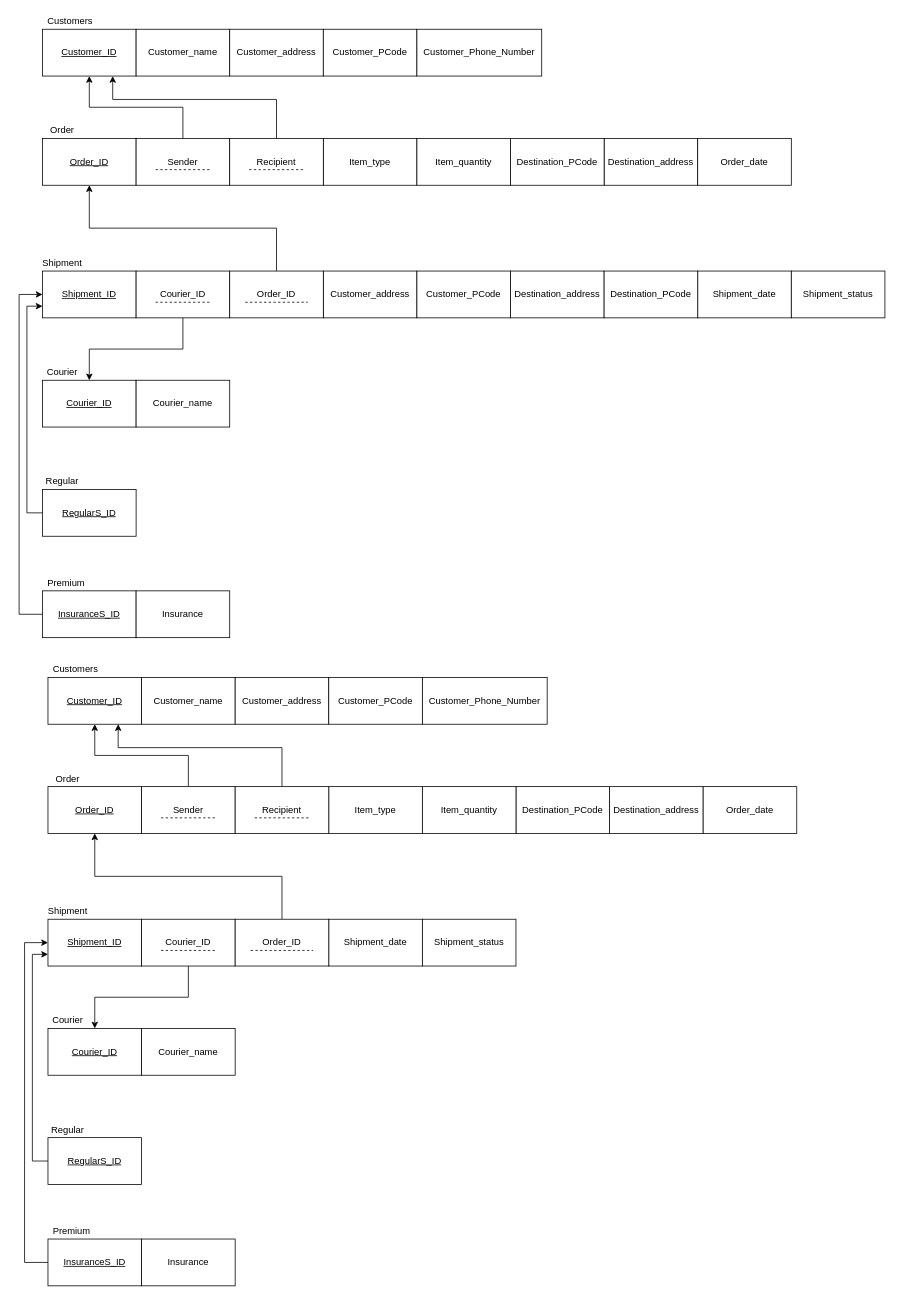
The draw.io diagram page "Normalization" (3 of 3) of ERD/ERD_RT_Norm.drawio in jeki-z/dripship, before the edit. Source tidied: cells renumbered, new cells numbered last; positions are measured from the earlier drawing's top-left corner, leaving out a move shared by most shapes. Both pictures are drawn from the tidied source at 78%, with x=0, y=0 at pixel (19, 13).
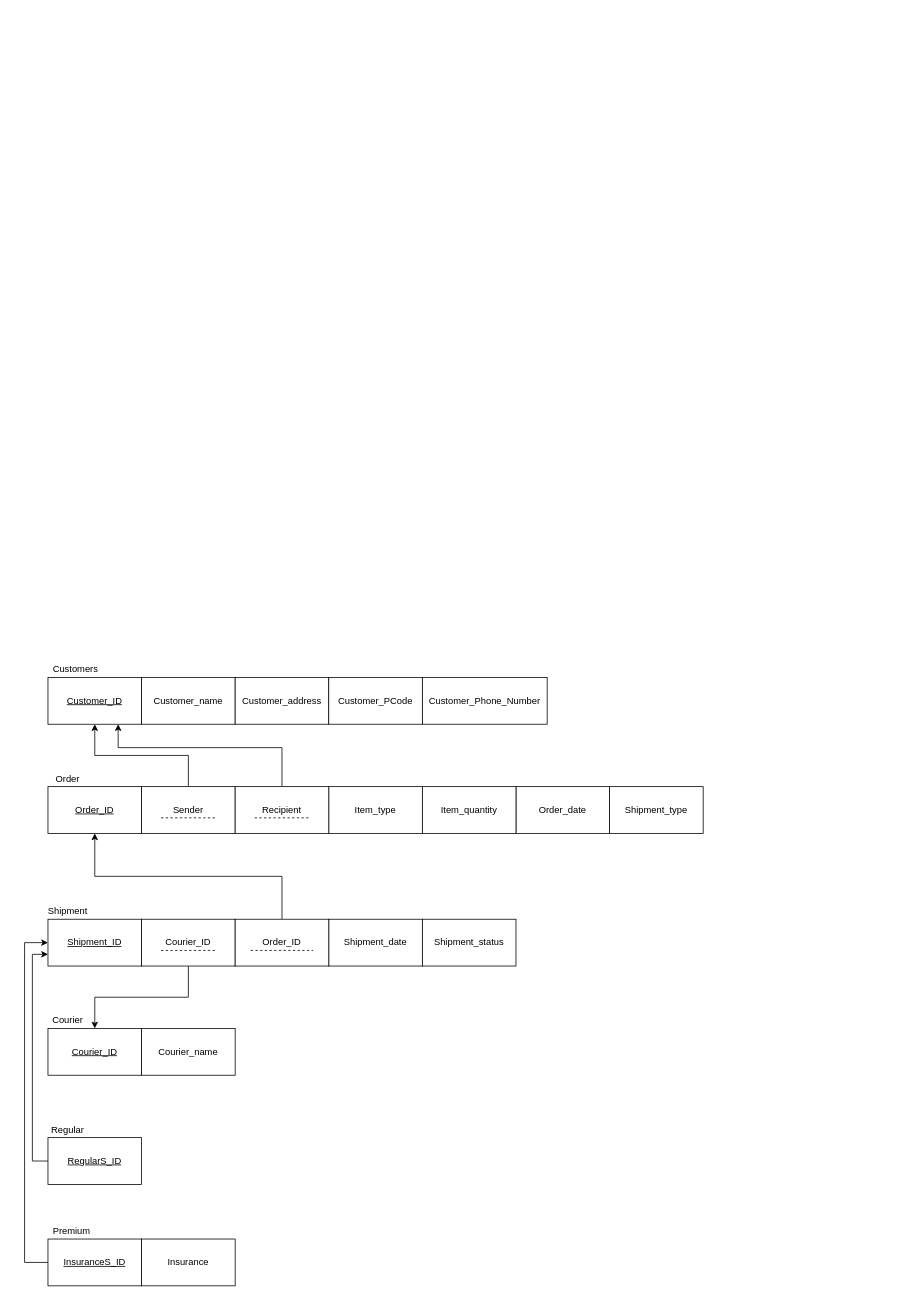
The same diagram, later.

What changed in the source:
```diff
@@
-    <mxCell id="2" value="&lt;u&gt;Customer_ID&lt;/u&gt;" style="rounded=0;whiteSpace=wrap;html=1;" parent="1" vertex="1">
-      <mxGeometry x="30" y="20" width="120" height="60" as="geometry" />
-    </mxCell>
-    <mxCell id="3" value="Customer_name" style="rounded=0;whiteSpace=wrap;html=1;" parent="1" vertex="1">
-      <mxGeometry x="150" y="20" width="120" height="60" as="geometry" />
-    </mxCell>
-    <mxCell id="4" value="Customer_address" style="rounded=0;whiteSpace=wrap;html=1;" parent="1" vertex="1">
-      <mxGeometry x="270" y="20" width="120" height="60" as="geometry" />
-    </mxCell>
-    <mxCell id="5" value="Customers" style="text;html=1;align=center;verticalAlign=middle;strokeColor=none;fillColor=none;" parent="1" vertex="1">
-      <mxGeometry x="30" width="70" height="20" as="geometry" />
-    </mxCell>
-    <mxCell id="6" value="Customer_PCode" style="rounded=0;whiteSpace=wrap;html=1;" parent="1" vertex="1">
-      <mxGeometry x="390" y="20" width="120" height="60" as="geometry" />
-    </mxCell>
-    <mxCell id="7" value="Order" style="text;html=1;align=center;verticalAlign=middle;strokeColor=none;fillColor=none;" parent="1" vertex="1">
-      <mxGeometry x="30" y="140" width="50" height="20" as="geometry" />
-    </mxCell>
-    <mxCell id="8" value="&lt;u&gt;Order_ID&lt;/u&gt;" style="rounded=0;whiteSpace=wrap;html=1;" parent="1" vertex="1">
-      <mxGeometry x="30" y="160" width="120" height="60" as="geometry" />
-    </mxCell>
-    <mxCell id="9" value="Destination_address" style="rounded=0;whiteSpace=wrap;html=1;" parent="1" vertex="1">
-      <mxGeometry x="750" y="160" width="120" height="60" as="geometry" />
-    </mxCell>
-    <mxCell id="10" value="Item_type" style="rounded=0;whiteSpace=wrap;html=1;" parent="1" vertex="1">
-      <mxGeometry x="390" y="160" width="120" height="60" as="geometry" />
-    </mxCell>
-    <mxCell id="11" style="edgeStyle=orthogonalEdgeStyle;rounded=0;jettySize=auto;html=1;exitX=0.5;exitY=0;exitDx=0;exitDy=0;entryX=0.5;entryY=1;entryDx=0;entryDy=0;" parent="1" edge="1" source="12" target="2">
-      <mxGeometry relative="1" as="geometry" />
-    </mxCell>
-    <mxCell id="12" value="Sender" style="rounded=0;whiteSpace=wrap;html=1;" parent="1" vertex="1">
-      <mxGeometry x="150" y="160" width="120" height="60" as="geometry" />
-    </mxCell>
-    <mxCell id="13" value="Destination_PCode" style="rounded=0;whiteSpace=wrap;html=1;" parent="1" vertex="1">
-      <mxGeometry x="630" y="160" width="120" height="60" as="geometry" />
-    </mxCell>
-    <mxCell id="14" value="Order_date" style="rounded=0;whiteSpace=wrap;html=1;" parent="1" vertex="1">
-      <mxGeometry x="870" y="160" width="120" height="60" as="geometry" />
-    </mxCell>
-    <mxCell id="15" style="edgeStyle=orthogonalEdgeStyle;rounded=0;jettySize=auto;html=1;exitX=0.5;exitY=0;exitDx=0;exitDy=0;entryX=0.75;entryY=1;entryDx=0;entryDy=0;" parent="1" edge="1" source="16" target="2">
-      <mxGeometry relative="1" as="geometry">
-        <Array as="points">
-          <mxPoint x="330" y="110" />
-          <mxPoint x="120" y="110" />
-        </Array>
-      </mxGeometry>
-    </mxCell>
-    <mxCell id="16" value="Recipient" style="rounded=0;whiteSpace=wrap;html=1;" parent="1" vertex="1">
-      <mxGeometry x="270" y="160" width="120" height="60" as="geometry" />
-    </mxCell>
-    <mxCell id="17" value="&lt;u&gt;Courier_ID&lt;/u&gt;" style="rounded=0;whiteSpace=wrap;html=1;" parent="1" vertex="1">
-      <mxGeometry x="30" y="470" width="120" height="60" as="geometry" />
-    </mxCell>
-    <mxCell id="18" value="Courier" style="text;html=1;align=center;verticalAlign=middle;strokeColor=none;fillColor=none;" parent="1" vertex="1">
-      <mxGeometry x="30" y="450" width="50" height="20" as="geometry" />
-    </mxCell>
-    <mxCell id="19" value="&lt;u&gt;Shipment_ID&lt;/u&gt;" style="rounded=0;whiteSpace=wrap;html=1;" parent="1" vertex="1">
-      <mxGeometry x="30" y="330" width="120" height="60" as="geometry" />
-    </mxCell>
-    <mxCell id="20" value="Shipment" style="text;html=1;align=center;verticalAlign=middle;strokeColor=none;fillColor=none;" parent="1" vertex="1">
-      <mxGeometry x="20" y="310" width="70" height="20" as="geometry" />
-    </mxCell>
-    <mxCell id="21" style="edgeStyle=orthogonalEdgeStyle;rounded=0;jettySize=auto;html=1;exitX=0.5;exitY=1;exitDx=0;exitDy=0;" parent="1" edge="1" source="22" target="17">
-      <mxGeometry relative="1" as="geometry" />
-    </mxCell>
-    <mxCell id="22" value="Courier_ID" style="rounded=0;whiteSpace=wrap;html=1;" parent="1" vertex="1">
-      <mxGeometry x="150" y="330" width="120" height="60" as="geometry" />
-    </mxCell>
-    <mxCell id="23" value="Customer_address" style="rounded=0;whiteSpace=wrap;html=1;" parent="1" vertex="1">
-      <mxGeometry x="390" y="330" width="120" height="60" as="geometry" />
-    </mxCell>
-    <mxCell id="24" value="Shipment_date" style="rounded=0;whiteSpace=wrap;html=1;" parent="1" vertex="1">
-      <mxGeometry x="870" y="330" width="120" height="60" as="geometry" />
-    </mxCell>
-    <mxCell id="25" value="Destination_address" style="rounded=0;whiteSpace=wrap;html=1;" parent="1" vertex="1">
-      <mxGeometry x="630" y="330" width="120" height="60" as="geometry" />
-    </mxCell>
-    <mxCell id="26" value="&lt;u&gt;RegularS_ID&lt;/u&gt;" style="rounded=0;whiteSpace=wrap;html=1;" parent="1" vertex="1">
-      <mxGeometry x="30" y="610" width="120" height="60" as="geometry" />
-    </mxCell>
-    <mxCell id="27" value="Regular" style="text;html=1;align=center;verticalAlign=middle;strokeColor=none;fillColor=none;" parent="1" vertex="1">
-      <mxGeometry x="25" y="590" width="60" height="20" as="geometry" />
-    </mxCell>
-    <mxCell id="28" value="&lt;u&gt;InsuranceS_ID&lt;/u&gt;" style="rounded=0;whiteSpace=wrap;html=1;" parent="1" vertex="1">
-      <mxGeometry x="30" y="740" width="120" height="60" as="geometry" />
-    </mxCell>
-    <mxCell id="29" value="Insurance" style="rounded=0;whiteSpace=wrap;html=1;" parent="1" vertex="1">
-      <mxGeometry x="150" y="740" width="120" height="60" as="geometry" />
-    </mxCell>
-    <mxCell id="30" value="Premium" style="text;html=1;align=center;verticalAlign=middle;strokeColor=none;fillColor=none;" parent="1" vertex="1">
-      <mxGeometry x="30" y="720" width="60" height="20" as="geometry" />
-    </mxCell>
-    <mxCell id="31" style="endArrow=classic;html=1;rounded=0;exitX=0;exitY=0.5;exitDx=0;exitDy=0;entryX=0;entryY=0.5;entryDx=0;entryDy=0;" parent="1" edge="1" source="28" target="19">
-      <mxGeometry relative="1" as="geometry">
-        <Array as="points">
-          <mxPoint y="770" />
-          <mxPoint y="360" />
-        </Array>
-      </mxGeometry>
-    </mxCell>
-    <mxCell id="32" style="endArrow=classic;html=1;rounded=0;exitX=0;exitY=0.5;exitDx=0;exitDy=0;entryX=0;entryY=0.75;entryDx=0;entryDy=0;" parent="1" edge="1" source="26" target="19">
-      <mxGeometry relative="1" as="geometry">
-        <Array as="points">
-          <mxPoint x="10" y="640" />
-          <mxPoint x="10" y="375" />
-        </Array>
-      </mxGeometry>
-    </mxCell>
-    <mxCell id="33" value="Courier_name" style="rounded=0;whiteSpace=wrap;html=1;" parent="1" vertex="1">
-      <mxGeometry x="150" y="470" width="120" height="60" as="geometry" />
-    </mxCell>
-    <mxCell id="34" style="endArrow=none;dashed=1;html=1;rounded=0;" parent="1" edge="1">
-      <mxGeometry relative="1" as="geometry">
-        <mxPoint x="175" y="370" as="sourcePoint" />
-        <mxPoint x="245" y="370" as="targetPoint" />
-      </mxGeometry>
-    </mxCell>
-    <mxCell id="35" style="edgeStyle=orthogonalEdgeStyle;rounded=0;jettySize=auto;html=1;exitX=0.5;exitY=0;exitDx=0;exitDy=0;entryX=0.5;entryY=1;entryDx=0;entryDy=0;" parent="1" edge="1" source="36" target="8">
-      <mxGeometry relative="1" as="geometry" />
-    </mxCell>
-    <mxCell id="36" value="Order_ID" style="rounded=0;whiteSpace=wrap;html=1;" parent="1" vertex="1">
-      <mxGeometry x="270" y="330" width="120" height="60" as="geometry" />
-    </mxCell>
-    <mxCell id="37" style="endArrow=none;dashed=1;html=1;rounded=0;" parent="1" edge="1">
-      <mxGeometry relative="1" as="geometry">
-        <mxPoint x="290" y="370" as="sourcePoint" />
-        <mxPoint x="370" y="370" as="targetPoint" />
-      </mxGeometry>
-    </mxCell>
-    <mxCell id="38" value="Customer_PCode" style="rounded=0;whiteSpace=wrap;html=1;" parent="1" vertex="1">
-      <mxGeometry x="510" y="330" width="120" height="60" as="geometry" />
-    </mxCell>
-    <mxCell id="39" value="Destination_PCode" style="rounded=0;whiteSpace=wrap;html=1;" parent="1" vertex="1">
-      <mxGeometry x="750" y="330" width="120" height="60" as="geometry" />
-    </mxCell>
-    <mxCell id="40" value="Customer_Phone_Number" style="rounded=0;whiteSpace=wrap;html=1;" parent="1" vertex="1">
-      <mxGeometry x="510" y="20" width="160" height="60" as="geometry" />
-    </mxCell>
-    <mxCell id="41" value="Item_quantity" style="rounded=0;whiteSpace=wrap;html=1;" parent="1" vertex="1">
-      <mxGeometry x="510" y="160" width="120" height="60" as="geometry" />
-    </mxCell>
-    <mxCell id="42" value="Shipment_status" style="rounded=0;whiteSpace=wrap;html=1;" parent="1" vertex="1">
-      <mxGeometry x="990" y="330" width="120" height="60" as="geometry" />
-    </mxCell>
@@
-    <mxCell id="50" value="Destination_address" style="rounded=0;whiteSpace=wrap;html=1;" parent="1" vertex="1">
-      <mxGeometry x="757" y="991" width="120" height="60" as="geometry" />
-    </mxCell>
@@
-    <mxCell id="54" value="Destination_PCode" style="rounded=0;whiteSpace=wrap;html=1;" parent="1" vertex="1">
-      <mxGeometry x="637" y="991" width="120" height="60" as="geometry" />
-    </mxCell>
     <mxCell id="55" value="Order_date" style="rounded=0;whiteSpace=wrap;html=1;" parent="1" vertex="1">
-      <mxGeometry x="877" y="991" width="120" height="60" as="geometry" />
+      <mxGeometry x="637" y="991" width="120" height="60" as="geometry" />
     </mxCell>
@@
-    <mxCell id="82" style="endArrow=none;dashed=1;html=1;rounded=0;" parent="1" edge="1">
-      <mxGeometry relative="1" as="geometry">
-        <mxPoint x="175" y="200" as="sourcePoint" />
-        <mxPoint x="245" y="200" as="targetPoint" />
-      </mxGeometry>
-    </mxCell>
-    <mxCell id="83" style="endArrow=none;dashed=1;html=1;rounded=0;" parent="1" edge="1">
-      <mxGeometry relative="1" as="geometry">
-        <mxPoint x="295" y="200" as="sourcePoint" />
-        <mxPoint x="365" y="200" as="targetPoint" />
-      </mxGeometry>
-    </mxCell>
+    <mxCell id="84" value="Shipment_type" style="rounded=0;whiteSpace=wrap;html=1;" parent="1" vertex="1">
+      <mxGeometry x="757" y="991" width="120" height="60" as="geometry" />
+    </mxCell>
```
